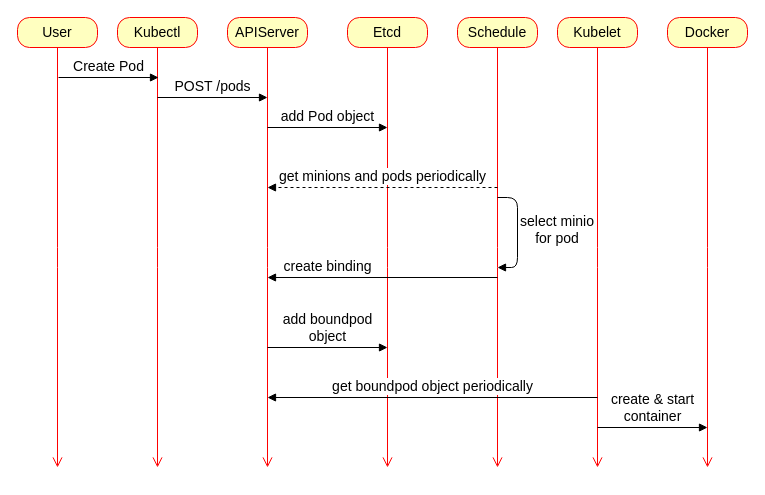
Before: images/kubernetes_schedule.drawio in lanzhiwang/k8s, a draw.io diagram. Source tidied: cells renumbered, new cells numbered last; positions are measured from the earlier drawing's top-left corner, leaving out a move shared by most shapes. Both pictures are drawn from the tidied source at 100%, with x=0, y=0 at pixel (17, 17).
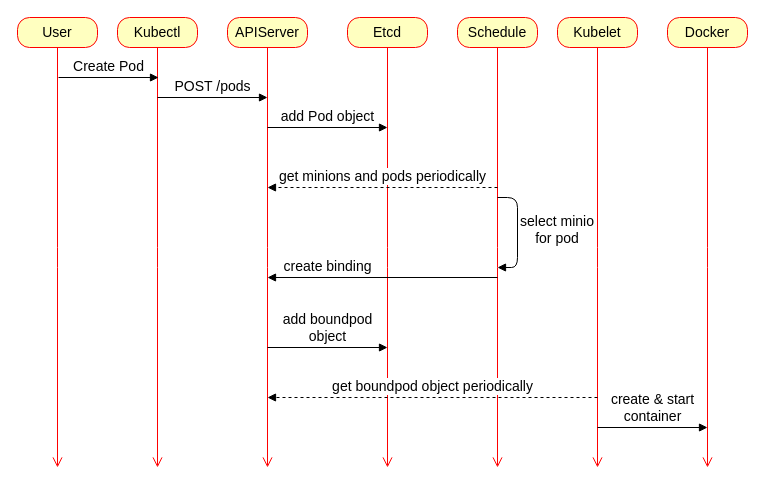
Above is the later version.

Commit message (it also covers changes not shown here):
修改操作说明

The edit, as a diff of the source:
```diff
@@
-    <mxCell id="25" value="&lt;font style=&quot;font-size: 14px&quot;&gt;get boundpod object periodically&lt;/font&gt;" style="html=1;verticalAlign=bottom;endArrow=block;" parent="1" edge="1">
+    <mxCell id="25" value="&lt;font style=&quot;font-size: 14px&quot;&gt;get boundpod object periodically&lt;/font&gt;" style="html=1;verticalAlign=bottom;endArrow=block;dashed=1;" parent="1" edge="1">
       <mxGeometry relative="1" as="geometry">
         <mxPoint x="580" y="380" as="sourcePoint" />
         <mxPoint x="250" y="380" as="targetPoint" />
       </mxGeometry>
     </mxCell>
```
